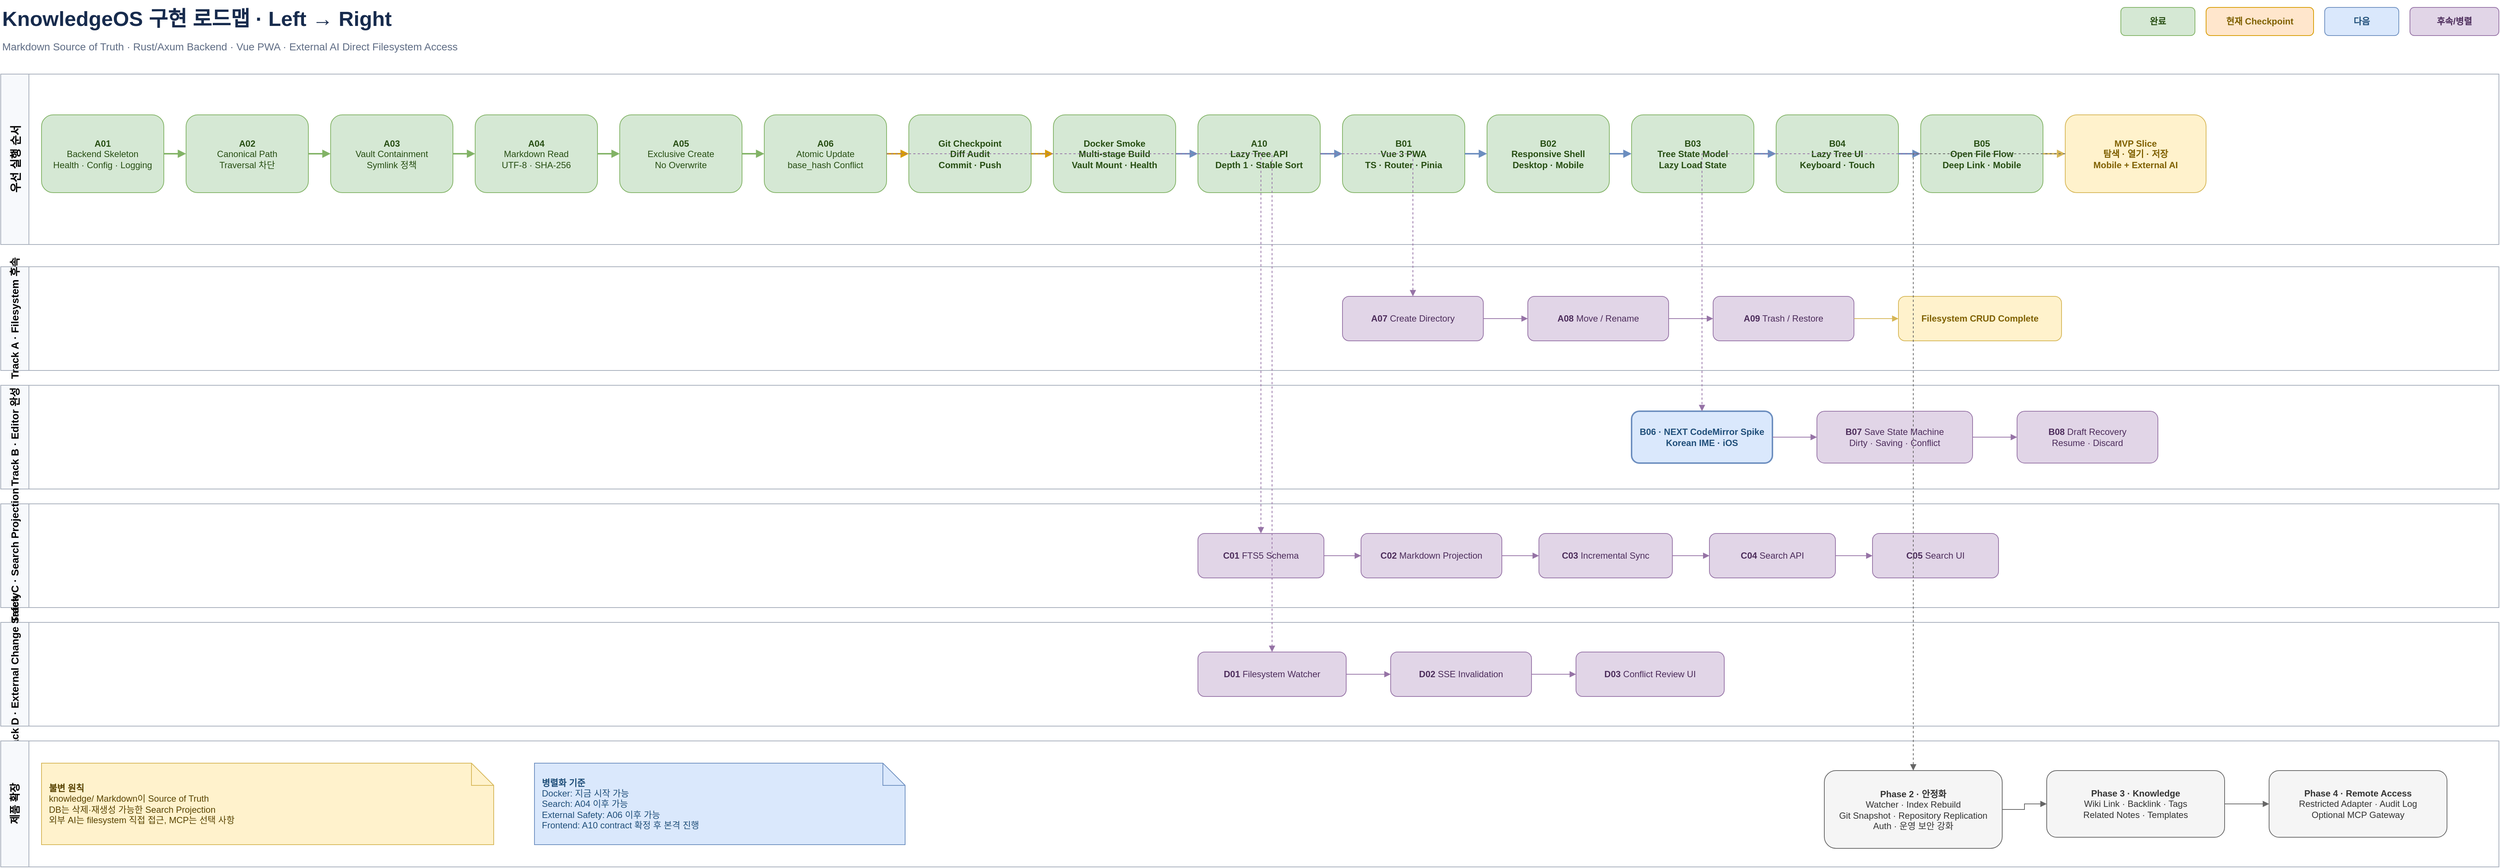
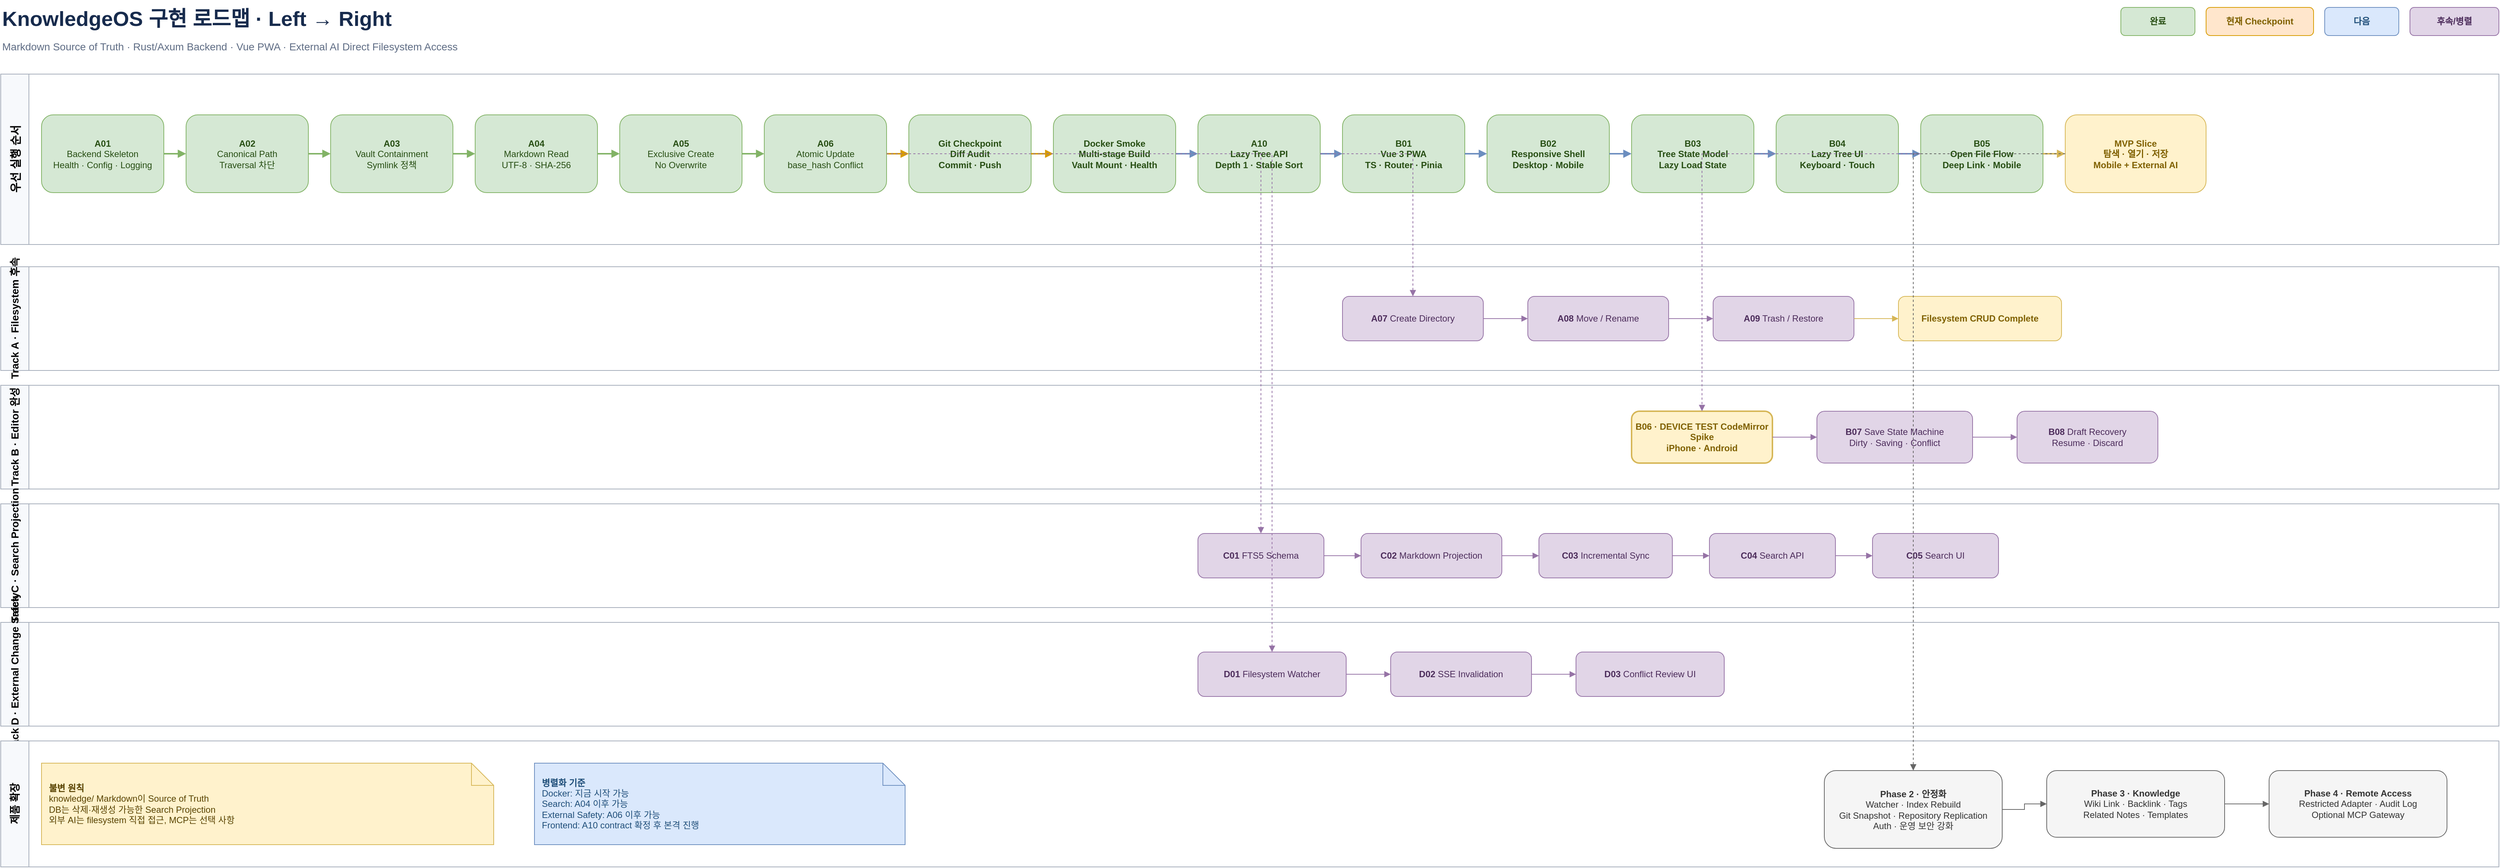
<mxfile host="app.diagrams.net" modified="2026-07-19T00:00:00.000Z" agent="KnowledgeOS" version="26.0.9" type="device">
  <diagram id="knowledgeos-roadmap" name="KnowledgeOS Roadmap">
    <mxGraphModel dx="1600" dy="900" grid="1" gridSize="10" guides="1" tooltips="1" connect="1" arrows="1" fold="1" page="1" pageScale="1" pageWidth="4000" pageHeight="1400" math="0" shadow="0">
      <root>
        <mxCell id="0"/>
        <mxCell id="1" parent="0"/>

        <mxCell id="title" value="KnowledgeOS 구현 로드맵 · Left → Right" style="text;html=1;align=left;verticalAlign=middle;fontSize=28;fontStyle=1;fontColor=#172B4D;" vertex="1" parent="1">
          <mxGeometry x="40" y="20" width="760" height="50" as="geometry"/>
        </mxCell>
        <mxCell id="subtitle" value="Markdown Source of Truth · Rust/Axum Backend · Vue PWA · External AI Direct Filesystem Access" style="text;html=1;align=left;verticalAlign=middle;fontSize=14;fontColor=#5E6C84;" vertex="1" parent="1">
          <mxGeometry x="40" y="68" width="1100" height="30" as="geometry"/>
        </mxCell>

        <mxCell id="legend_done" value="완료" style="rounded=1;whiteSpace=wrap;html=1;fillColor=#D5E8D4;strokeColor=#82B366;fontColor=#274E13;fontStyle=1;" vertex="1" parent="1">
          <mxGeometry x="2900" y="30" width="100" height="38" as="geometry"/>
        </mxCell>
        <mxCell id="legend_now" value="현재 Checkpoint" style="rounded=1;whiteSpace=wrap;html=1;fillColor=#FFE6CC;strokeColor=#D79B00;fontColor=#7F6000;fontStyle=1;" vertex="1" parent="1">
          <mxGeometry x="3015" y="30" width="145" height="38" as="geometry"/>
        </mxCell>
        <mxCell id="legend_next" value="다음" style="rounded=1;whiteSpace=wrap;html=1;fillColor=#DAE8FC;strokeColor=#6C8EBF;fontColor=#1F4E79;fontStyle=1;" vertex="1" parent="1">
          <mxGeometry x="3175" y="30" width="100" height="38" as="geometry"/>
        </mxCell>
        <mxCell id="legend_later" value="후속/병렬" style="rounded=1;whiteSpace=wrap;html=1;fillColor=#E1D5E7;strokeColor=#9673A6;fontColor=#4C2C5B;fontStyle=1;" vertex="1" parent="1">
          <mxGeometry x="3290" y="30" width="120" height="38" as="geometry"/>
        </mxCell>

        <mxCell id="lane_main" value="우선 실행 순서" style="swimlane;html=1;horizontal=0;startSize=38;fillColor=#F7F9FC;swimlaneFillColor=#FFFFFF;strokeColor=#A5ADBA;fontStyle=1;fontSize=15;" vertex="1" parent="1">
          <mxGeometry x="40" y="120" width="3370" height="230" as="geometry"/>
        </mxCell>
        <mxCell id="lane_fs" value="Track A · Filesystem 후속" style="swimlane;html=1;horizontal=0;startSize=38;fillColor=#F7F9FC;swimlaneFillColor=#FFFFFF;strokeColor=#A5ADBA;fontStyle=1;fontSize=14;" vertex="1" parent="1">
          <mxGeometry x="40" y="380" width="3370" height="140" as="geometry"/>
        </mxCell>
        <mxCell id="lane_editor" value="Track B · Editor 완성" style="swimlane;html=1;horizontal=0;startSize=38;fillColor=#F7F9FC;swimlaneFillColor=#FFFFFF;strokeColor=#A5ADBA;fontStyle=1;fontSize=14;" vertex="1" parent="1">
          <mxGeometry x="40" y="540" width="3370" height="140" as="geometry"/>
        </mxCell>
        <mxCell id="lane_search" value="Track C · Search Projection" style="swimlane;html=1;horizontal=0;startSize=38;fillColor=#F7F9FC;swimlaneFillColor=#FFFFFF;strokeColor=#A5ADBA;fontStyle=1;fontSize=14;" vertex="1" parent="1">
          <mxGeometry x="40" y="700" width="3370" height="140" as="geometry"/>
        </mxCell>
        <mxCell id="lane_external" value="Track D · External Change Safety" style="swimlane;html=1;horizontal=0;startSize=38;fillColor=#F7F9FC;swimlaneFillColor=#FFFFFF;strokeColor=#A5ADBA;fontStyle=1;fontSize=14;" vertex="1" parent="1">
          <mxGeometry x="40" y="860" width="3370" height="140" as="geometry"/>
        </mxCell>
        <mxCell id="lane_future" value="제품 확장" style="swimlane;html=1;horizontal=0;startSize=38;fillColor=#F7F9FC;swimlaneFillColor=#FFFFFF;strokeColor=#A5ADBA;fontStyle=1;fontSize=14;" vertex="1" parent="1">
          <mxGeometry x="40" y="1020" width="3370" height="170" as="geometry"/>
        </mxCell>

        <mxCell id="a01" value="&lt;b&gt;A01&lt;/b&gt;&#xa;Backend Skeleton&#xa;Health · Config · Logging" style="rounded=1;whiteSpace=wrap;html=1;fillColor=#D5E8D4;strokeColor=#82B366;fontColor=#274E13;" vertex="1" parent="1"><mxGeometry x="95" y="175" width="165" height="105" as="geometry"/></mxCell>
        <mxCell id="a02" value="&lt;b&gt;A02&lt;/b&gt;&#xa;Canonical Path&#xa;Traversal 차단" style="rounded=1;whiteSpace=wrap;html=1;fillColor=#D5E8D4;strokeColor=#82B366;fontColor=#274E13;" vertex="1" parent="1"><mxGeometry x="290" y="175" width="165" height="105" as="geometry"/></mxCell>
        <mxCell id="a03" value="&lt;b&gt;A03&lt;/b&gt;&#xa;Vault Containment&#xa;Symlink 정책" style="rounded=1;whiteSpace=wrap;html=1;fillColor=#D5E8D4;strokeColor=#82B366;fontColor=#274E13;" vertex="1" parent="1"><mxGeometry x="485" y="175" width="165" height="105" as="geometry"/></mxCell>
        <mxCell id="a04" value="&lt;b&gt;A04&lt;/b&gt;&#xa;Markdown Read&#xa;UTF-8 · SHA-256" style="rounded=1;whiteSpace=wrap;html=1;fillColor=#D5E8D4;strokeColor=#82B366;fontColor=#274E13;" vertex="1" parent="1"><mxGeometry x="680" y="175" width="165" height="105" as="geometry"/></mxCell>
        <mxCell id="a05" value="&lt;b&gt;A05&lt;/b&gt;&#xa;Exclusive Create&#xa;No Overwrite" style="rounded=1;whiteSpace=wrap;html=1;fillColor=#D5E8D4;strokeColor=#82B366;fontColor=#274E13;" vertex="1" parent="1"><mxGeometry x="875" y="175" width="165" height="105" as="geometry"/></mxCell>
        <mxCell id="a06" value="&lt;b&gt;A06&lt;/b&gt;&#xa;Atomic Update&#xa;base_hash Conflict" style="rounded=1;whiteSpace=wrap;html=1;fillColor=#D5E8D4;strokeColor=#82B366;fontColor=#274E13;" vertex="1" parent="1"><mxGeometry x="1070" y="175" width="165" height="105" as="geometry"/></mxCell>
        <mxCell id="git_checkpoint" value="&lt;b&gt;Git Checkpoint&lt;/b&gt;&#xa;Diff Audit&#xa;Commit · Push" style="rounded=1;whiteSpace=wrap;html=1;fillColor=#D5E8D4;strokeColor=#82B366;fontColor=#274E13;fontStyle=1;" vertex="1" parent="1"><mxGeometry x="1265" y="175" width="165" height="105" as="geometry"/></mxCell>
        <mxCell id="docker" value="&lt;b&gt;Docker Smoke&lt;/b&gt;&#xa;Multi-stage Build&#xa;Vault Mount · Health" style="rounded=1;whiteSpace=wrap;html=1;fillColor=#D5E8D4;strokeColor=#82B366;fontColor=#274E13;fontStyle=1;" vertex="1" parent="1"><mxGeometry x="1460" y="175" width="165" height="105" as="geometry"/></mxCell>
        <mxCell id="a10" value="&lt;b&gt;A10&lt;/b&gt;&#xa;Lazy Tree API&#xa;Depth 1 · Stable Sort" style="rounded=1;whiteSpace=wrap;html=1;fillColor=#D5E8D4;strokeColor=#82B366;fontColor=#274E13;fontStyle=1;" vertex="1" parent="1"><mxGeometry x="1655" y="175" width="165" height="105" as="geometry"/></mxCell>
        <mxCell id="b01" value="&lt;b&gt;B01&lt;/b&gt;&#xa;Vue 3 PWA&#xa;TS · Router · Pinia" style="rounded=1;whiteSpace=wrap;html=1;fillColor=#D5E8D4;strokeColor=#82B366;fontColor=#274E13;fontStyle=1;" vertex="1" parent="1"><mxGeometry x="1850" y="175" width="165" height="105" as="geometry"/></mxCell>
        <mxCell id="b02" value="&lt;b&gt;B02&lt;/b&gt;&#xa;Responsive Shell&#xa;Desktop · Mobile" style="rounded=1;whiteSpace=wrap;html=1;fillColor=#D5E8D4;strokeColor=#82B366;fontColor=#274E13;fontStyle=1;" vertex="1" parent="1"><mxGeometry x="2045" y="175" width="165" height="105" as="geometry"/></mxCell>
        <mxCell id="b03" value="&lt;b&gt;B03&lt;/b&gt;&#xa;Tree State Model&#xa;Lazy Load State" style="rounded=1;whiteSpace=wrap;html=1;fillColor=#D5E8D4;strokeColor=#82B366;fontColor=#274E13;fontStyle=1;" vertex="1" parent="1"><mxGeometry x="2240" y="175" width="165" height="105" as="geometry"/></mxCell>
        <mxCell id="b04" value="&lt;b&gt;B04&lt;/b&gt;&#xa;Lazy Tree UI&#xa;Keyboard · Touch" style="rounded=1;whiteSpace=wrap;html=1;fillColor=#D5E8D4;strokeColor=#82B366;fontColor=#274E13;fontStyle=1;" vertex="1" parent="1"><mxGeometry x="2435" y="175" width="165" height="105" as="geometry"/></mxCell>
        <mxCell id="b05" value="&lt;b&gt;B05&lt;/b&gt;&#xa;Open File Flow&#xa;Deep Link · Mobile" style="rounded=1;whiteSpace=wrap;html=1;fillColor=#D5E8D4;strokeColor=#82B366;fontColor=#274E13;fontStyle=1;" vertex="1" parent="1"><mxGeometry x="2630" y="175" width="165" height="105" as="geometry"/></mxCell>
        <mxCell id="mvp_slice" value="&lt;b&gt;MVP Slice&lt;/b&gt;&#xa;탐색 · 열기 · 저장&#xa;Mobile + External AI" style="rounded=1;whiteSpace=wrap;html=1;fillColor=#FFF2CC;strokeColor=#D6B656;fontColor=#7F6000;fontStyle=1;" vertex="1" parent="1"><mxGeometry x="2825" y="175" width="190" height="105" as="geometry"/></mxCell>

        <mxCell id="a07" value="&lt;b&gt;A07&lt;/b&gt; Create Directory" style="rounded=1;whiteSpace=wrap;html=1;fillColor=#E1D5E7;strokeColor=#9673A6;fontColor=#4C2C5B;" vertex="1" parent="1"><mxGeometry x="1850" y="420" width="190" height="60" as="geometry"/></mxCell>
        <mxCell id="a08" value="&lt;b&gt;A08&lt;/b&gt; Move / Rename" style="rounded=1;whiteSpace=wrap;html=1;fillColor=#E1D5E7;strokeColor=#9673A6;fontColor=#4C2C5B;" vertex="1" parent="1"><mxGeometry x="2100" y="420" width="190" height="60" as="geometry"/></mxCell>
        <mxCell id="a09" value="&lt;b&gt;A09&lt;/b&gt; Trash / Restore" style="rounded=1;whiteSpace=wrap;html=1;fillColor=#E1D5E7;strokeColor=#9673A6;fontColor=#4C2C5B;" vertex="1" parent="1"><mxGeometry x="2350" y="420" width="190" height="60" as="geometry"/></mxCell>
        <mxCell id="fs_complete" value="Filesystem CRUD Complete" style="rounded=1;whiteSpace=wrap;html=1;fillColor=#FFF2CC;strokeColor=#D6B656;fontColor=#7F6000;fontStyle=1;" vertex="1" parent="1"><mxGeometry x="2600" y="420" width="220" height="60" as="geometry"/></mxCell>

-         <mxCell id="b06" value="&lt;b&gt;B06 · NEXT&lt;/b&gt; CodeMirror Spike&#xa;Korean IME · iOS" style="rounded=1;whiteSpace=wrap;html=1;fillColor=#DAE8FC;strokeColor=#6C8EBF;fontColor=#1F4E79;fontStyle=1;strokeWidth=2;" vertex="1" parent="1"><mxGeometry x="2240" y="575" width="190" height="70" as="geometry"/></mxCell>
+         <mxCell id="b06" value="&lt;b&gt;B06 · DEVICE TEST&lt;/b&gt; CodeMirror Spike&#xa;iPhone · Android" style="rounded=1;whiteSpace=wrap;html=1;fillColor=#FFF2CC;strokeColor=#D6B656;fontColor=#7F6000;fontStyle=1;strokeWidth=2;" vertex="1" parent="1"><mxGeometry x="2240" y="575" width="190" height="70" as="geometry"/></mxCell>
        <mxCell id="b07" value="&lt;b&gt;B07&lt;/b&gt; Save State Machine&#xa;Dirty · Saving · Conflict" style="rounded=1;whiteSpace=wrap;html=1;fillColor=#E1D5E7;strokeColor=#9673A6;fontColor=#4C2C5B;" vertex="1" parent="1"><mxGeometry x="2490" y="575" width="210" height="70" as="geometry"/></mxCell>
        <mxCell id="b08" value="&lt;b&gt;B08&lt;/b&gt; Draft Recovery&#xa;Resume · Discard" style="rounded=1;whiteSpace=wrap;html=1;fillColor=#E1D5E7;strokeColor=#9673A6;fontColor=#4C2C5B;" vertex="1" parent="1"><mxGeometry x="2760" y="575" width="190" height="70" as="geometry"/></mxCell>

        <mxCell id="c01" value="&lt;b&gt;C01&lt;/b&gt; FTS5 Schema" style="rounded=1;whiteSpace=wrap;html=1;fillColor=#E1D5E7;strokeColor=#9673A6;fontColor=#4C2C5B;" vertex="1" parent="1"><mxGeometry x="1655" y="740" width="170" height="60" as="geometry"/></mxCell>
        <mxCell id="c02" value="&lt;b&gt;C02&lt;/b&gt; Markdown Projection" style="rounded=1;whiteSpace=wrap;html=1;fillColor=#E1D5E7;strokeColor=#9673A6;fontColor=#4C2C5B;" vertex="1" parent="1"><mxGeometry x="1875" y="740" width="190" height="60" as="geometry"/></mxCell>
        <mxCell id="c03" value="&lt;b&gt;C03&lt;/b&gt; Incremental Sync" style="rounded=1;whiteSpace=wrap;html=1;fillColor=#E1D5E7;strokeColor=#9673A6;fontColor=#4C2C5B;" vertex="1" parent="1"><mxGeometry x="2115" y="740" width="180" height="60" as="geometry"/></mxCell>
        <mxCell id="c04" value="&lt;b&gt;C04&lt;/b&gt; Search API" style="rounded=1;whiteSpace=wrap;html=1;fillColor=#E1D5E7;strokeColor=#9673A6;fontColor=#4C2C5B;" vertex="1" parent="1"><mxGeometry x="2345" y="740" width="170" height="60" as="geometry"/></mxCell>
        <mxCell id="c05" value="&lt;b&gt;C05&lt;/b&gt; Search UI" style="rounded=1;whiteSpace=wrap;html=1;fillColor=#E1D5E7;strokeColor=#9673A6;fontColor=#4C2C5B;" vertex="1" parent="1"><mxGeometry x="2565" y="740" width="170" height="60" as="geometry"/></mxCell>

        <mxCell id="d01" value="&lt;b&gt;D01&lt;/b&gt; Filesystem Watcher" style="rounded=1;whiteSpace=wrap;html=1;fillColor=#E1D5E7;strokeColor=#9673A6;fontColor=#4C2C5B;" vertex="1" parent="1"><mxGeometry x="1655" y="900" width="200" height="60" as="geometry"/></mxCell>
        <mxCell id="d02" value="&lt;b&gt;D02&lt;/b&gt; SSE Invalidation" style="rounded=1;whiteSpace=wrap;html=1;fillColor=#E1D5E7;strokeColor=#9673A6;fontColor=#4C2C5B;" vertex="1" parent="1"><mxGeometry x="1915" y="900" width="190" height="60" as="geometry"/></mxCell>
        <mxCell id="d03" value="&lt;b&gt;D03&lt;/b&gt; Conflict Review UI" style="rounded=1;whiteSpace=wrap;html=1;fillColor=#E1D5E7;strokeColor=#9673A6;fontColor=#4C2C5B;" vertex="1" parent="1"><mxGeometry x="2165" y="900" width="200" height="60" as="geometry"/></mxCell>

        <mxCell id="phase2" value="&lt;b&gt;Phase 2 · 안정화&lt;/b&gt;&#xa;Watcher · Index Rebuild&#xa;Git Snapshot · Repository Replication&#xa;Auth · 운영 보안 강화" style="rounded=1;whiteSpace=wrap;html=1;fillColor=#F5F5F5;strokeColor=#666666;fontColor=#333333;" vertex="1" parent="1"><mxGeometry x="2500" y="1060" width="240" height="105" as="geometry"/></mxCell>
        <mxCell id="phase3" value="&lt;b&gt;Phase 3 · Knowledge&lt;/b&gt;&#xa;Wiki Link · Backlink · Tags&#xa;Related Notes · Templates" style="rounded=1;whiteSpace=wrap;html=1;fillColor=#F5F5F5;strokeColor=#666666;fontColor=#333333;" vertex="1" parent="1"><mxGeometry x="2800" y="1060" width="240" height="90" as="geometry"/></mxCell>
        <mxCell id="phase4" value="&lt;b&gt;Phase 4 · Remote Access&lt;/b&gt;&#xa;Restricted Adapter · Audit Log&#xa;Optional MCP Gateway" style="rounded=1;whiteSpace=wrap;html=1;fillColor=#F5F5F5;strokeColor=#666666;fontColor=#333333;" vertex="1" parent="1"><mxGeometry x="3100" y="1060" width="240" height="90" as="geometry"/></mxCell>

        <mxCell id="note_source" value="&lt;b&gt;불변 원칙&lt;/b&gt;&#xa;knowledge/ Markdown이 Source of Truth&#xa;DB는 삭제·재생성 가능한 Search Projection&#xa;외부 AI는 filesystem 직접 접근, MCP는 선택 사항" style="shape=note;whiteSpace=wrap;html=1;fillColor=#FFF2CC;strokeColor=#D6B656;fontColor=#594300;align=left;spacing=10;" vertex="1" parent="1"><mxGeometry x="95" y="1050" width="610" height="110" as="geometry"/></mxCell>
        <mxCell id="note_parallel" value="&lt;b&gt;병렬화 기준&lt;/b&gt;&#xa;Docker: 지금 시작 가능&#xa;Search: A04 이후 가능&#xa;External Safety: A06 이후 가능&#xa;Frontend: A10 contract 확정 후 본격 진행" style="shape=note;whiteSpace=wrap;html=1;fillColor=#DAE8FC;strokeColor=#6C8EBF;fontColor=#1F4E79;align=left;spacing=10;" vertex="1" parent="1"><mxGeometry x="760" y="1050" width="500" height="110" as="geometry"/></mxCell>

        <mxCell id="e_a01_a02" style="edgeStyle=orthogonalEdgeStyle;rounded=0;orthogonalLoop=1;jettySize=auto;html=1;endArrow=block;strokeColor=#82B366;strokeWidth=2;" edge="1" parent="1" source="a01" target="a02"><mxGeometry relative="1" as="geometry"/></mxCell>
        <mxCell id="e_a02_a03" style="edgeStyle=orthogonalEdgeStyle;rounded=0;orthogonalLoop=1;jettySize=auto;html=1;endArrow=block;strokeColor=#82B366;strokeWidth=2;" edge="1" parent="1" source="a02" target="a03"><mxGeometry relative="1" as="geometry"/></mxCell>
        <mxCell id="e_a03_a04" style="edgeStyle=orthogonalEdgeStyle;rounded=0;orthogonalLoop=1;jettySize=auto;html=1;endArrow=block;strokeColor=#82B366;strokeWidth=2;" edge="1" parent="1" source="a03" target="a04"><mxGeometry relative="1" as="geometry"/></mxCell>
        <mxCell id="e_a04_a05" style="edgeStyle=orthogonalEdgeStyle;rounded=0;orthogonalLoop=1;jettySize=auto;html=1;endArrow=block;strokeColor=#82B366;strokeWidth=2;" edge="1" parent="1" source="a04" target="a05"><mxGeometry relative="1" as="geometry"/></mxCell>
        <mxCell id="e_a05_a06" style="edgeStyle=orthogonalEdgeStyle;rounded=0;orthogonalLoop=1;jettySize=auto;html=1;endArrow=block;strokeColor=#82B366;strokeWidth=2;" edge="1" parent="1" source="a05" target="a06"><mxGeometry relative="1" as="geometry"/></mxCell>
        <mxCell id="e_a06_git" style="edgeStyle=orthogonalEdgeStyle;rounded=0;orthogonalLoop=1;jettySize=auto;html=1;endArrow=block;strokeColor=#D79B00;strokeWidth=2;" edge="1" parent="1" source="a06" target="git_checkpoint"><mxGeometry relative="1" as="geometry"/></mxCell>
        <mxCell id="e_git_docker" style="edgeStyle=orthogonalEdgeStyle;rounded=0;orthogonalLoop=1;jettySize=auto;html=1;endArrow=block;strokeColor=#D79B00;strokeWidth=2;" edge="1" parent="1" source="git_checkpoint" target="docker"><mxGeometry relative="1" as="geometry"/></mxCell>
        <mxCell id="e_docker_a10" style="edgeStyle=orthogonalEdgeStyle;rounded=0;orthogonalLoop=1;jettySize=auto;html=1;endArrow=block;strokeColor=#6C8EBF;strokeWidth=2;" edge="1" parent="1" source="docker" target="a10"><mxGeometry relative="1" as="geometry"/></mxCell>
        <mxCell id="e_a10_b01" style="edgeStyle=orthogonalEdgeStyle;rounded=0;orthogonalLoop=1;jettySize=auto;html=1;endArrow=block;strokeColor=#6C8EBF;strokeWidth=2;" edge="1" parent="1" source="a10" target="b01"><mxGeometry relative="1" as="geometry"/></mxCell>
        <mxCell id="e_b01_b02" style="edgeStyle=orthogonalEdgeStyle;rounded=0;orthogonalLoop=1;jettySize=auto;html=1;endArrow=block;strokeColor=#6C8EBF;strokeWidth=2;" edge="1" parent="1" source="b01" target="b02"><mxGeometry relative="1" as="geometry"/></mxCell>
        <mxCell id="e_b02_b03" style="edgeStyle=orthogonalEdgeStyle;rounded=0;orthogonalLoop=1;jettySize=auto;html=1;endArrow=block;strokeColor=#6C8EBF;strokeWidth=2;" edge="1" parent="1" source="b02" target="b03"><mxGeometry relative="1" as="geometry"/></mxCell>
        <mxCell id="e_b03_b04" style="edgeStyle=orthogonalEdgeStyle;rounded=0;orthogonalLoop=1;jettySize=auto;html=1;endArrow=block;strokeColor=#6C8EBF;strokeWidth=2;" edge="1" parent="1" source="b03" target="b04"><mxGeometry relative="1" as="geometry"/></mxCell>
        <mxCell id="e_b04_b05" style="edgeStyle=orthogonalEdgeStyle;rounded=0;orthogonalLoop=1;jettySize=auto;html=1;endArrow=block;strokeColor=#6C8EBF;strokeWidth=2;" edge="1" parent="1" source="b04" target="b05"><mxGeometry relative="1" as="geometry"/></mxCell>
        <mxCell id="e_b05_mvp" style="edgeStyle=orthogonalEdgeStyle;rounded=0;orthogonalLoop=1;jettySize=auto;html=1;endArrow=block;strokeColor=#D6B656;strokeWidth=2;" edge="1" parent="1" source="b05" target="mvp_slice"><mxGeometry relative="1" as="geometry"/></mxCell>

        <mxCell id="e_a10_a07" style="edgeStyle=orthogonalEdgeStyle;rounded=0;orthogonalLoop=1;jettySize=auto;html=1;endArrow=block;dashed=1;strokeColor=#9673A6;" edge="1" parent="1" source="a10" target="a07"><mxGeometry relative="1" as="geometry"/></mxCell>
        <mxCell id="e_a07_a08" style="edgeStyle=orthogonalEdgeStyle;rounded=0;html=1;endArrow=block;strokeColor=#9673A6;" edge="1" parent="1" source="a07" target="a08"><mxGeometry relative="1" as="geometry"/></mxCell>
        <mxCell id="e_a08_a09" style="edgeStyle=orthogonalEdgeStyle;rounded=0;html=1;endArrow=block;strokeColor=#9673A6;" edge="1" parent="1" source="a08" target="a09"><mxGeometry relative="1" as="geometry"/></mxCell>
        <mxCell id="e_a09_fs" style="edgeStyle=orthogonalEdgeStyle;rounded=0;html=1;endArrow=block;strokeColor=#D6B656;" edge="1" parent="1" source="a09" target="fs_complete"><mxGeometry relative="1" as="geometry"/></mxCell>

        <mxCell id="e_b05_b06" style="edgeStyle=orthogonalEdgeStyle;rounded=0;html=1;endArrow=block;dashed=1;strokeColor=#9673A6;" edge="1" parent="1" source="b05" target="b06"><mxGeometry relative="1" as="geometry"/></mxCell>
        <mxCell id="e_b06_b07" style="edgeStyle=orthogonalEdgeStyle;rounded=0;html=1;endArrow=block;strokeColor=#9673A6;" edge="1" parent="1" source="b06" target="b07"><mxGeometry relative="1" as="geometry"/></mxCell>
        <mxCell id="e_b07_b08" style="edgeStyle=orthogonalEdgeStyle;rounded=0;html=1;endArrow=block;strokeColor=#9673A6;" edge="1" parent="1" source="b07" target="b08"><mxGeometry relative="1" as="geometry"/></mxCell>

        <mxCell id="e_docker_c01" style="edgeStyle=orthogonalEdgeStyle;rounded=0;html=1;endArrow=block;dashed=1;strokeColor=#9673A6;" edge="1" parent="1" source="docker" target="c01"><mxGeometry relative="1" as="geometry"/></mxCell>
        <mxCell id="e_c01_c02" style="edgeStyle=orthogonalEdgeStyle;rounded=0;html=1;endArrow=block;strokeColor=#9673A6;" edge="1" parent="1" source="c01" target="c02"><mxGeometry relative="1" as="geometry"/></mxCell>
        <mxCell id="e_c02_c03" style="edgeStyle=orthogonalEdgeStyle;rounded=0;html=1;endArrow=block;strokeColor=#9673A6;" edge="1" parent="1" source="c02" target="c03"><mxGeometry relative="1" as="geometry"/></mxCell>
        <mxCell id="e_c03_c04" style="edgeStyle=orthogonalEdgeStyle;rounded=0;html=1;endArrow=block;strokeColor=#9673A6;" edge="1" parent="1" source="c03" target="c04"><mxGeometry relative="1" as="geometry"/></mxCell>
        <mxCell id="e_c04_c05" style="edgeStyle=orthogonalEdgeStyle;rounded=0;html=1;endArrow=block;strokeColor=#9673A6;" edge="1" parent="1" source="c04" target="c05"><mxGeometry relative="1" as="geometry"/></mxCell>

        <mxCell id="e_a06_d01" style="edgeStyle=orthogonalEdgeStyle;rounded=0;html=1;endArrow=block;dashed=1;strokeColor=#9673A6;" edge="1" parent="1" source="a06" target="d01"><mxGeometry relative="1" as="geometry"/></mxCell>
        <mxCell id="e_d01_d02" style="edgeStyle=orthogonalEdgeStyle;rounded=0;html=1;endArrow=block;strokeColor=#9673A6;" edge="1" parent="1" source="d01" target="d02"><mxGeometry relative="1" as="geometry"/></mxCell>
        <mxCell id="e_d02_d03" style="edgeStyle=orthogonalEdgeStyle;rounded=0;html=1;endArrow=block;strokeColor=#9673A6;" edge="1" parent="1" source="d02" target="d03"><mxGeometry relative="1" as="geometry"/></mxCell>

        <mxCell id="e_mvp_phase2" style="edgeStyle=orthogonalEdgeStyle;rounded=0;html=1;endArrow=block;dashed=1;strokeColor=#666666;" edge="1" parent="1" source="mvp_slice" target="phase2"><mxGeometry relative="1" as="geometry"/></mxCell>
        <mxCell id="e_phase2_phase3" style="edgeStyle=orthogonalEdgeStyle;rounded=0;html=1;endArrow=block;strokeColor=#666666;" edge="1" parent="1" source="phase2" target="phase3"><mxGeometry relative="1" as="geometry"/></mxCell>
        <mxCell id="e_phase3_phase4" style="edgeStyle=orthogonalEdgeStyle;rounded=0;html=1;endArrow=block;strokeColor=#666666;" edge="1" parent="1" source="phase3" target="phase4"><mxGeometry relative="1" as="geometry"/></mxCell>
      </root>
    </mxGraphModel>
  </diagram>
</mxfile>
